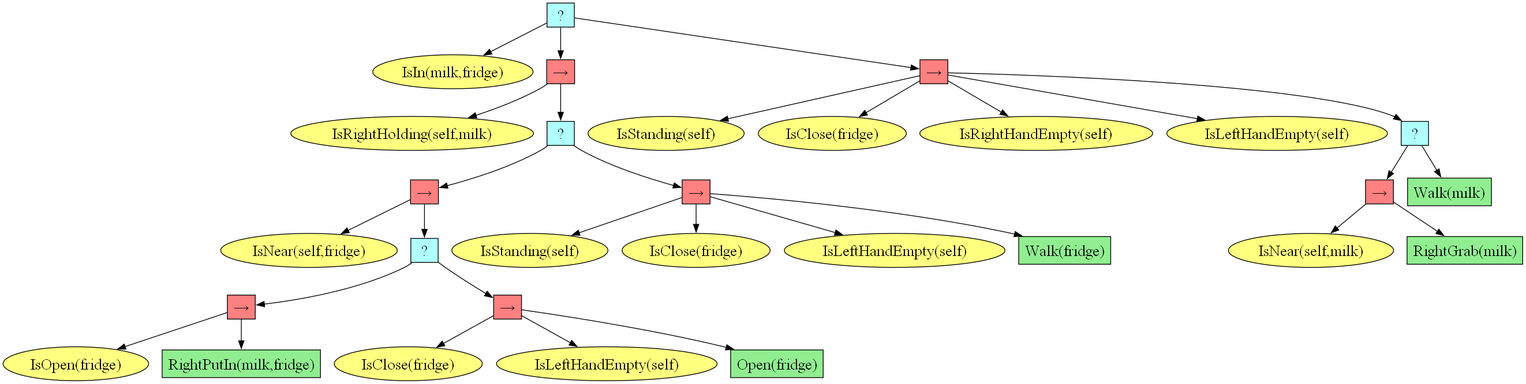
Above: test_exp/behavior_tree.png in DIDS-EI/BTPG (Graphviz), before the change. Its source is kept beside it as test_exp/behavior_tree.dot.
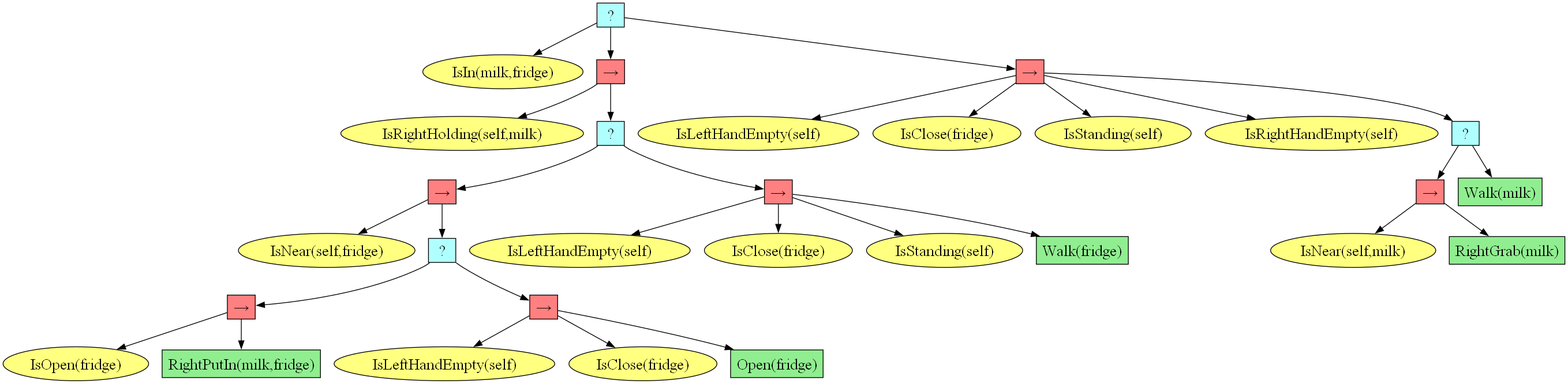
Later version of the same file.

Diff of the diagram source:
```diff
@@ -3,63 +3,63 @@
 graph [fontname="times-roman"];
 node [fontname="times-roman"];
 edge [fontname="times-roman"];
-"8490fb48-a8a7-49c8-841c-e4e1fbd1b8a9" [fillcolor="#B0FFFF", fontcolor=black, fontsize=20, height=0.01, label=" ? ", shape=box, style=filled, width=0.01];
-"4f735615-7ca0-4ecd-9521-7bc26e0003c1" [fillcolor="#FFFF80", fontcolor=black, fontsize=20, label="IsIn(milk,fridge)", shape=ellipse, style=filled];
-"8490fb48-a8a7-49c8-841c-e4e1fbd1b8a9" -> "4f735615-7ca0-4ecd-9521-7bc26e0003c1";
-"bf30ad8c-75c5-4d85-ba55-c62765951f63" [fillcolor="#FF8080", fontcolor=black, fontsize=20, height=0.01, label="&rarr;", shape=box, style=filled, width=0.01];
-"8490fb48-a8a7-49c8-841c-e4e1fbd1b8a9" -> "bf30ad8c-75c5-4d85-ba55-c62765951f63";
-"cc8b971a-2ac9-4c77-93dd-aa807611ec5b" [fillcolor="#FFFF80", fontcolor=black, fontsize=20, label="IsRightHolding(self,milk)", shape=ellipse, style=filled];
-"bf30ad8c-75c5-4d85-ba55-c62765951f63" -> "cc8b971a-2ac9-4c77-93dd-aa807611ec5b";
-"27d9b053-e668-46be-913f-c964f989f9e9" [fillcolor="#B0FFFF", fontcolor=black, fontsize=20, height=0.01, label=" ? ", shape=box, style=filled, width=0.01];
-"bf30ad8c-75c5-4d85-ba55-c62765951f63" -> "27d9b053-e668-46be-913f-c964f989f9e9";
-"dfb32e53-90cf-4530-9074-21799896ab2c" [fillcolor="#FF8080", fontcolor=black, fontsize=20, height=0.01, label="&rarr;", shape=box, style=filled, width=0.01];
-"27d9b053-e668-46be-913f-c964f989f9e9" -> "dfb32e53-90cf-4530-9074-21799896ab2c";
-"7fc52e5a-bfb3-47ae-a242-7a667d0adb3e" [fillcolor="#FFFF80", fontcolor=black, fontsize=20, label="IsNear(self,fridge)", shape=ellipse, style=filled];
-"dfb32e53-90cf-4530-9074-21799896ab2c" -> "7fc52e5a-bfb3-47ae-a242-7a667d0adb3e";
-"ba6cd786-570c-4f1c-82df-1ee3dd6c2bf7" [fillcolor="#B0FFFF", fontcolor=black, fontsize=20, height=0.01, label=" ? ", shape=box, style=filled, width=0.01];
-"dfb32e53-90cf-4530-9074-21799896ab2c" -> "ba6cd786-570c-4f1c-82df-1ee3dd6c2bf7";
-"65a1d7ab-2e47-4a4f-b9be-6e4a471e81a4" [fillcolor="#FF8080", fontcolor=black, fontsize=20, height=0.01, label="&rarr;", shape=box, style=filled, width=0.01];
-"ba6cd786-570c-4f1c-82df-1ee3dd6c2bf7" -> "65a1d7ab-2e47-4a4f-b9be-6e4a471e81a4";
-"a7b91de9-f187-4216-a482-dee9cd82d511" [fillcolor="#FFFF80", fontcolor=black, fontsize=20, label="IsOpen(fridge)", shape=ellipse, style=filled];
-"65a1d7ab-2e47-4a4f-b9be-6e4a471e81a4" -> "a7b91de9-f187-4216-a482-dee9cd82d511";
-"e624bc15-ee6d-45b8-933e-5d1eb045941a" [fillcolor=lightgreen, fontcolor=black, fontsize=20, label="RightPutIn(milk,fridge)", shape=box, style=filled];
-"65a1d7ab-2e47-4a4f-b9be-6e4a471e81a4" -> "e624bc15-ee6d-45b8-933e-5d1eb045941a";
-"54e5bde3-f65e-4701-9fc0-e07832b53d35" [fillcolor="#FF8080", fontcolor=black, fontsize=20, height=0.01, label="&rarr;", shape=box, style=filled, width=0.01];
-"ba6cd786-570c-4f1c-82df-1ee3dd6c2bf7" -> "54e5bde3-f65e-4701-9fc0-e07832b53d35";
-"85700569-0607-4a70-aff6-975cf73c13bb" [fillcolor="#FFFF80", fontcolor=black, fontsize=20, label="IsClose(fridge)", shape=ellipse, style=filled];
-"54e5bde3-f65e-4701-9fc0-e07832b53d35" -> "85700569-0607-4a70-aff6-975cf73c13bb";
-"97a13b95-30a7-4bd3-978c-334a83532e07" [fillcolor="#FFFF80", fontcolor=black, fontsize=20, label="IsLeftHandEmpty(self)", shape=ellipse, style=filled];
-"54e5bde3-f65e-4701-9fc0-e07832b53d35" -> "97a13b95-30a7-4bd3-978c-334a83532e07";
-"0b422002-7b93-4b51-aea7-fb51dba14a31" [fillcolor=lightgreen, fontcolor=black, fontsize=20, label="Open(fridge)", shape=box, style=filled];
-"54e5bde3-f65e-4701-9fc0-e07832b53d35" -> "0b422002-7b93-4b51-aea7-fb51dba14a31";
-"f7a321ff-8045-435e-bbd4-33db071daf5f" [fillcolor="#FF8080", fontcolor=black, fontsize=20, height=0.01, label="&rarr;", shape=box, style=filled, width=0.01];
-"27d9b053-e668-46be-913f-c964f989f9e9" -> "f7a321ff-8045-435e-bbd4-33db071daf5f";
-"e707190b-eb23-45d4-89ee-f3de5fc59e6c" [fillcolor="#FFFF80", fontcolor=black, fontsize=20, label="IsStanding(self)", shape=ellipse, style=filled];
-"f7a321ff-8045-435e-bbd4-33db071daf5f" -> "e707190b-eb23-45d4-89ee-f3de5fc59e6c";
-"453bf025-cf77-42eb-9d07-832e880402f8" [fillcolor="#FFFF80", fontcolor=black, fontsize=20, label="IsClose(fridge)", shape=ellipse, style=filled];
-"f7a321ff-8045-435e-bbd4-33db071daf5f" -> "453bf025-cf77-42eb-9d07-832e880402f8";
-"71818af4-6c3b-4162-96aa-3ca84a9a04ab" [fillcolor="#FFFF80", fontcolor=black, fontsize=20, label="IsLeftHandEmpty(self)", shape=ellipse, style=filled];
-"f7a321ff-8045-435e-bbd4-33db071daf5f" -> "71818af4-6c3b-4162-96aa-3ca84a9a04ab";
-"4cb050ad-6682-45fc-9a28-d784b6de17b6" [fillcolor=lightgreen, fontcolor=black, fontsize=20, label="Walk(fridge)", shape=box, style=filled];
-"f7a321ff-8045-435e-bbd4-33db071daf5f" -> "4cb050ad-6682-45fc-9a28-d784b6de17b6";
-"1efdbfdf-6a9c-4bfd-be30-6ce0bc41f5f2" [fillcolor="#FF8080", fontcolor=black, fontsize=20, height=0.01, label="&rarr;", shape=box, style=filled, width=0.01];
-"8490fb48-a8a7-49c8-841c-e4e1fbd1b8a9" -> "1efdbfdf-6a9c-4bfd-be30-6ce0bc41f5f2";
-"07435385-105a-42c6-96c3-d6a4b705a3e0" [fillcolor="#FFFF80", fontcolor=black, fontsize=20, label="IsStanding(self)", shape=ellipse, style=filled];
-"1efdbfdf-6a9c-4bfd-be30-6ce0bc41f5f2" -> "07435385-105a-42c6-96c3-d6a4b705a3e0";
-"673e1488-0548-4e56-8db4-b81d8c327247" [fillcolor="#FFFF80", fontcolor=black, fontsize=20, label="IsClose(fridge)", shape=ellipse, style=filled];
-"1efdbfdf-6a9c-4bfd-be30-6ce0bc41f5f2" -> "673e1488-0548-4e56-8db4-b81d8c327247";
-"a338456d-9402-4a22-bff8-c2dc5661d9de" [fillcolor="#FFFF80", fontcolor=black, fontsize=20, label="IsRightHandEmpty(self)", shape=ellipse, style=filled];
-"1efdbfdf-6a9c-4bfd-be30-6ce0bc41f5f2" -> "a338456d-9402-4a22-bff8-c2dc5661d9de";
-"4a0a516f-53d5-41c2-8c13-829b032efc6c" [fillcolor="#FFFF80", fontcolor=black, fontsize=20, label="IsLeftHandEmpty(self)", shape=ellipse, style=filled];
-"1efdbfdf-6a9c-4bfd-be30-6ce0bc41f5f2" -> "4a0a516f-53d5-41c2-8c13-829b032efc6c";
-"d81c8c12-049d-4799-a130-3bca2736069e" [fillcolor="#B0FFFF", fontcolor=black, fontsize=20, height=0.01, label=" ? ", shape=box, style=filled, width=0.01];
-"1efdbfdf-6a9c-4bfd-be30-6ce0bc41f5f2" -> "d81c8c12-049d-4799-a130-3bca2736069e";
-"f6512632-9671-423c-a5cd-f383d8b1dfc7" [fillcolor="#FF8080", fontcolor=black, fontsize=20, height=0.01, label="&rarr;", shape=box, style=filled, width=0.01];
-"d81c8c12-049d-4799-a130-3bca2736069e" -> "f6512632-9671-423c-a5cd-f383d8b1dfc7";
-"8e3f86b5-a120-4566-8c05-7ee0afafe57a" [fillcolor="#FFFF80", fontcolor=black, fontsize=20, label="IsNear(self,milk)", shape=ellipse, style=filled];
-"f6512632-9671-423c-a5cd-f383d8b1dfc7" -> "8e3f86b5-a120-4566-8c05-7ee0afafe57a";
-"adc0485f-554b-4cb8-94e2-192fc9111c27" [fillcolor=lightgreen, fontcolor=black, fontsize=20, label="RightGrab(milk)", shape=box, style=filled];
-"f6512632-9671-423c-a5cd-f383d8b1dfc7" -> "adc0485f-554b-4cb8-94e2-192fc9111c27";
-"5f380be2-bd5c-4626-a291-84ef759500e0" [fillcolor=lightgreen, fontcolor=black, fontsize=20, label="Walk(milk)", shape=box, style=filled];
-"d81c8c12-049d-4799-a130-3bca2736069e" -> "5f380be2-bd5c-4626-a291-84ef759500e0";
+"153b5f93-b9f2-42ac-8cfc-fe17bf5fd070" [fillcolor="#B0FFFF", fontcolor=black, fontsize=20, height=0.01, label=" ? ", shape=box, style=filled, width=0.01];
+"5b325625-e5c7-4753-af63-65e19068a332" [fillcolor="#FFFF80", fontcolor=black, fontsize=20, label="IsIn(milk,fridge)", shape=ellipse, style=filled];
+"153b5f93-b9f2-42ac-8cfc-fe17bf5fd070" -> "5b325625-e5c7-4753-af63-65e19068a332";
+"d690304c-5734-4e55-bc9a-fed8aa243b41" [fillcolor="#FF8080", fontcolor=black, fontsize=20, height=0.01, label="&rarr;", shape=box, style=filled, width=0.01];
+"153b5f93-b9f2-42ac-8cfc-fe17bf5fd070" -> "d690304c-5734-4e55-bc9a-fed8aa243b41";
+"b9321223-016e-4000-9edc-200b10df467b" [fillcolor="#FFFF80", fontcolor=black, fontsize=20, label="IsRightHolding(self,milk)", shape=ellipse, style=filled];
+"d690304c-5734-4e55-bc9a-fed8aa243b41" -> "b9321223-016e-4000-9edc-200b10df467b";
+"b18f13d7-a872-4a59-a3c2-a81685960057" [fillcolor="#B0FFFF", fontcolor=black, fontsize=20, height=0.01, label=" ? ", shape=box, style=filled, width=0.01];
+"d690304c-5734-4e55-bc9a-fed8aa243b41" -> "b18f13d7-a872-4a59-a3c2-a81685960057";
+"648a5c9c-1f2a-42a0-af8d-3897523d1e91" [fillcolor="#FF8080", fontcolor=black, fontsize=20, height=0.01, label="&rarr;", shape=box, style=filled, width=0.01];
+"b18f13d7-a872-4a59-a3c2-a81685960057" -> "648a5c9c-1f2a-42a0-af8d-3897523d1e91";
+"96c70338-99dc-41cf-889b-ce14145a0552" [fillcolor="#FFFF80", fontcolor=black, fontsize=20, label="IsNear(self,fridge)", shape=ellipse, style=filled];
+"648a5c9c-1f2a-42a0-af8d-3897523d1e91" -> "96c70338-99dc-41cf-889b-ce14145a0552";
+"5f31b3e6-f62b-48ca-9084-a449de018809" [fillcolor="#B0FFFF", fontcolor=black, fontsize=20, height=0.01, label=" ? ", shape=box, style=filled, width=0.01];
+"648a5c9c-1f2a-42a0-af8d-3897523d1e91" -> "5f31b3e6-f62b-48ca-9084-a449de018809";
+"b051c101-1cc7-4c54-ad40-a104491b95fc" [fillcolor="#FF8080", fontcolor=black, fontsize=20, height=0.01, label="&rarr;", shape=box, style=filled, width=0.01];
+"5f31b3e6-f62b-48ca-9084-a449de018809" -> "b051c101-1cc7-4c54-ad40-a104491b95fc";
+"a578ae4a-0906-4613-8f97-9806d4f0950b" [fillcolor="#FFFF80", fontcolor=black, fontsize=20, label="IsOpen(fridge)", shape=ellipse, style=filled];
+"b051c101-1cc7-4c54-ad40-a104491b95fc" -> "a578ae4a-0906-4613-8f97-9806d4f0950b";
+"d207831b-29fb-436c-8f8c-a312b93c4df9" [fillcolor=lightgreen, fontcolor=black, fontsize=20, label="RightPutIn(milk,fridge)", shape=box, style=filled];
+"b051c101-1cc7-4c54-ad40-a104491b95fc" -> "d207831b-29fb-436c-8f8c-a312b93c4df9";
+"a67cf4a6-c37d-48c0-921f-4eb00431ad9f" [fillcolor="#FF8080", fontcolor=black, fontsize=20, height=0.01, label="&rarr;", shape=box, style=filled, width=0.01];
+"5f31b3e6-f62b-48ca-9084-a449de018809" -> "a67cf4a6-c37d-48c0-921f-4eb00431ad9f";
+"8d6d17de-8376-4e48-80e6-9f2f25267646" [fillcolor="#FFFF80", fontcolor=black, fontsize=20, label="IsLeftHandEmpty(self)", shape=ellipse, style=filled];
+"a67cf4a6-c37d-48c0-921f-4eb00431ad9f" -> "8d6d17de-8376-4e48-80e6-9f2f25267646";
+"fd9bf389-5d7b-40da-aa38-796a397c87a4" [fillcolor="#FFFF80", fontcolor=black, fontsize=20, label="IsClose(fridge)", shape=ellipse, style=filled];
+"a67cf4a6-c37d-48c0-921f-4eb00431ad9f" -> "fd9bf389-5d7b-40da-aa38-796a397c87a4";
+"adbd8698-727f-46dc-a4f4-47b575d8092d" [fillcolor=lightgreen, fontcolor=black, fontsize=20, label="Open(fridge)", shape=box, style=filled];
+"a67cf4a6-c37d-48c0-921f-4eb00431ad9f" -> "adbd8698-727f-46dc-a4f4-47b575d8092d";
+"77ffb5e5-3f58-4222-9524-0b65ffed7ea6" [fillcolor="#FF8080", fontcolor=black, fontsize=20, height=0.01, label="&rarr;", shape=box, style=filled, width=0.01];
+"b18f13d7-a872-4a59-a3c2-a81685960057" -> "77ffb5e5-3f58-4222-9524-0b65ffed7ea6";
+"3ce5cdbb-5c69-45df-8c2d-5cf03234450a" [fillcolor="#FFFF80", fontcolor=black, fontsize=20, label="IsLeftHandEmpty(self)", shape=ellipse, style=filled];
+"77ffb5e5-3f58-4222-9524-0b65ffed7ea6" -> "3ce5cdbb-5c69-45df-8c2d-5cf03234450a";
+"20770c66-d287-49f5-8600-6527e592d1ee" [fillcolor="#FFFF80", fontcolor=black, fontsize=20, label="IsClose(fridge)", shape=ellipse, style=filled];
+"77ffb5e5-3f58-4222-9524-0b65ffed7ea6" -> "20770c66-d287-49f5-8600-6527e592d1ee";
+"2d05fd28-2693-4ab5-b2fa-1eff35e53302" [fillcolor="#FFFF80", fontcolor=black, fontsize=20, label="IsStanding(self)", shape=ellipse, style=filled];
+"77ffb5e5-3f58-4222-9524-0b65ffed7ea6" -> "2d05fd28-2693-4ab5-b2fa-1eff35e53302";
+"dc609093-44d7-4f31-b1b7-cd64e81b0f5a" [fillcolor=lightgreen, fontcolor=black, fontsize=20, label="Walk(fridge)", shape=box, style=filled];
+"77ffb5e5-3f58-4222-9524-0b65ffed7ea6" -> "dc609093-44d7-4f31-b1b7-cd64e81b0f5a";
+"5cc4f648-d17a-46a1-8082-2ab83e9b0b84" [fillcolor="#FF8080", fontcolor=black, fontsize=20, height=0.01, label="&rarr;", shape=box, style=filled, width=0.01];
+"153b5f93-b9f2-42ac-8cfc-fe17bf5fd070" -> "5cc4f648-d17a-46a1-8082-2ab83e9b0b84";
+"80221530-3fb1-4bc3-a1d8-1a475c850222" [fillcolor="#FFFF80", fontcolor=black, fontsize=20, label="IsLeftHandEmpty(self)", shape=ellipse, style=filled];
+"5cc4f648-d17a-46a1-8082-2ab83e9b0b84" -> "80221530-3fb1-4bc3-a1d8-1a475c850222";
+"f07b820e-1356-4271-be55-2775da696dea" [fillcolor="#FFFF80", fontcolor=black, fontsize=20, label="IsClose(fridge)", shape=ellipse, style=filled];
+"5cc4f648-d17a-46a1-8082-2ab83e9b0b84" -> "f07b820e-1356-4271-be55-2775da696dea";
+"d1ea0ed4-13fa-447f-9a41-97a97a0a3b29" [fillcolor="#FFFF80", fontcolor=black, fontsize=20, label="IsStanding(self)", shape=ellipse, style=filled];
+"5cc4f648-d17a-46a1-8082-2ab83e9b0b84" -> "d1ea0ed4-13fa-447f-9a41-97a97a0a3b29";
+"eecadae5-f605-4b4b-84c0-862c713987a1" [fillcolor="#FFFF80", fontcolor=black, fontsize=20, label="IsRightHandEmpty(self)", shape=ellipse, style=filled];
+"5cc4f648-d17a-46a1-8082-2ab83e9b0b84" -> "eecadae5-f605-4b4b-84c0-862c713987a1";
+"5ee857db-6e74-4f6b-91f6-24d954a4e8f6" [fillcolor="#B0FFFF", fontcolor=black, fontsize=20, height=0.01, label=" ? ", shape=box, style=filled, width=0.01];
+"5cc4f648-d17a-46a1-8082-2ab83e9b0b84" -> "5ee857db-6e74-4f6b-91f6-24d954a4e8f6";
+"e4f29dee-d7ae-439d-9910-b3c8b85b7324" [fillcolor="#FF8080", fontcolor=black, fontsize=20, height=0.01, label="&rarr;", shape=box, style=filled, width=0.01];
+"5ee857db-6e74-4f6b-91f6-24d954a4e8f6" -> "e4f29dee-d7ae-439d-9910-b3c8b85b7324";
+"d808a666-6819-40d3-8db5-9eca2117c7aa" [fillcolor="#FFFF80", fontcolor=black, fontsize=20, label="IsNear(self,milk)", shape=ellipse, style=filled];
+"e4f29dee-d7ae-439d-9910-b3c8b85b7324" -> "d808a666-6819-40d3-8db5-9eca2117c7aa";
+"bdc5b35f-668a-49bf-949d-74ee3d03e404" [fillcolor=lightgreen, fontcolor=black, fontsize=20, label="RightGrab(milk)", shape=box, style=filled];
+"e4f29dee-d7ae-439d-9910-b3c8b85b7324" -> "bdc5b35f-668a-49bf-949d-74ee3d03e404";
+"8d6826b3-3857-482f-a3cc-83786aa53d61" [fillcolor=lightgreen, fontcolor=black, fontsize=20, label="Walk(milk)", shape=box, style=filled];
+"5ee857db-6e74-4f6b-91f6-24d954a4e8f6" -> "8d6826b3-3857-482f-a3cc-83786aa53d61";
 }
```
